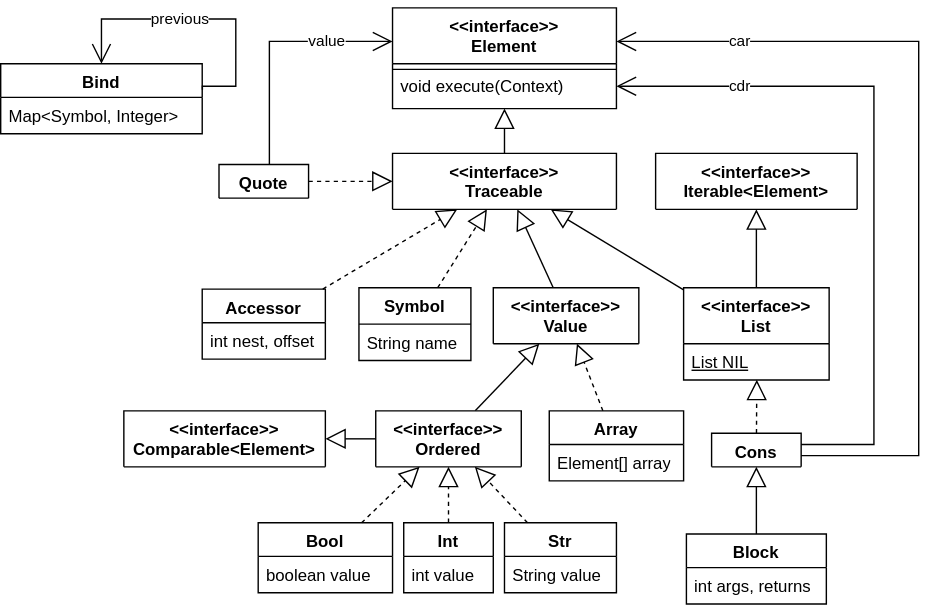
This is doc/qstack-クラス図.drawio.svg from saka1029/qstack, a draw.io export, as it was before one commit. Source tidied: cells renumbered, new cells last; positions are measured from the earlier drawing's top-left corner, leaving out a move shared by most shapes.
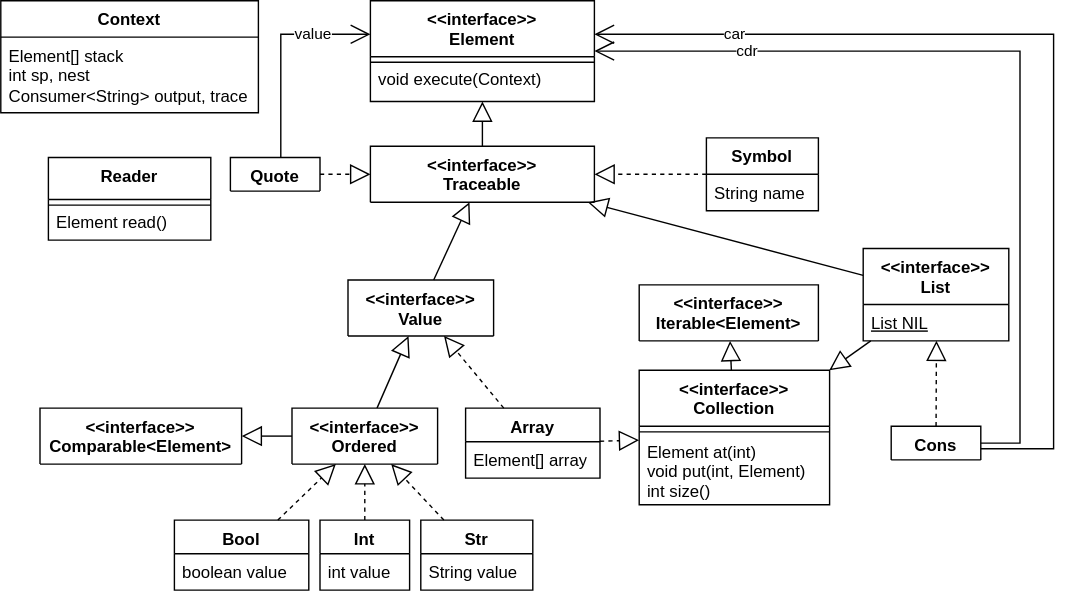
The same file after the commit.

What changed in the source:
```diff
@@ -3,7 +3,7 @@
     <mxCell id="0" />
     <mxCell id="1" parent="0" />
     <mxCell id="2" value="&lt;&lt;interface&gt;&gt;&#10;Element" style="swimlane;fontStyle=1;align=center;verticalAlign=top;horizontal=1;startSize=40;rounded=0;shadow=0;strokeWidth=1;" parent="1" vertex="1">
-      <mxGeometry x="280" width="160" height="72" as="geometry" />
+      <mxGeometry x="200" width="160" height="72" as="geometry" />
     </mxCell>
     <mxCell id="3" style="line;html=1;strokeWidth=1;align=left;verticalAlign=middle;spacingTop=-1;spacingLeft=3;spacingRight=3;labelPosition=right;" parent="2" vertex="1">
       <mxGeometry y="40" width="160" height="8" as="geometry" />
@@ -12,7 +12,7 @@
       <mxGeometry y="48" width="160" height="16" as="geometry" />
     </mxCell>
     <mxCell id="5" value="&lt;&lt;interface&gt;&gt;&#10;Traceable" style="swimlane;fontStyle=1;align=center;verticalAlign=top;horizontal=1;startSize=40;rounded=0;shadow=0;strokeWidth=1;" parent="1" vertex="1">
-      <mxGeometry x="280" y="104" width="160" height="40" as="geometry" />
+      <mxGeometry x="200" y="104" width="160" height="40" as="geometry" />
     </mxCell>
     <mxCell id="6" style="endArrow=block;endSize=12;endFill=0;html=1;rounded=0;" parent="1" edge="1" source="5" target="2">
       <mxGeometry x="-1" y="-11" relative="1" as="geometry">
@@ -20,10 +20,10 @@
       </mxGeometry>
     </mxCell>
     <mxCell id="7" value="&amp;lt;&amp;lt;interface&amp;gt;&amp;gt;&lt;br&gt;Value" style="swimlane;fontStyle=1;align=center;verticalAlign=top;horizontal=1;startSize=48;whiteSpace=wrap;html=1;" parent="1" vertex="1">
-      <mxGeometry x="352" y="200" width="104" height="40" as="geometry" />
+      <mxGeometry x="184" y="199.5" width="104" height="40" as="geometry" />
     </mxCell>
     <mxCell id="8" value="Symbol" style="swimlane;fontStyle=1;align=center;verticalAlign=top;horizontal=1;startSize=26;whiteSpace=wrap;html=1;" parent="1" vertex="1">
-      <mxGeometry x="256" y="200" width="80" height="52" as="geometry" />
+      <mxGeometry x="440" y="98" width="80" height="52" as="geometry" />
     </mxCell>
     <mxCell id="9" value="String name" style="text;strokeColor=none;fillColor=none;align=left;verticalAlign=top;spacingLeft=4;spacingRight=4;overflow=hidden;whiteSpace=wrap;html=1;" parent="8" vertex="1">
       <mxGeometry y="26" width="80" height="26" as="geometry" />
@@ -32,16 +32,16 @@
       <mxGeometry relative="1" as="geometry" />
     </mxCell>
     <mxCell id="11" value="Quote" style="swimlane;fontStyle=1;align=center;verticalAlign=top;horizontal=1;startSize=34;whiteSpace=wrap;html=1;" parent="1" vertex="1">
-      <mxGeometry x="156" y="112" width="64" height="24" as="geometry" />
+      <mxGeometry x="100" y="112" width="64" height="24" as="geometry" />
     </mxCell>
     <mxCell id="12" value="Array" style="swimlane;fontStyle=1;align=center;verticalAlign=top;horizontal=1;startSize=24;whiteSpace=wrap;html=1;" parent="1" vertex="1">
-      <mxGeometry x="392" y="288" width="96" height="50" as="geometry" />
+      <mxGeometry x="268" y="291" width="96" height="50" as="geometry" />
     </mxCell>
     <mxCell id="13" value="Element[] array" style="text;strokeColor=none;fillColor=none;align=left;verticalAlign=top;spacingLeft=4;spacingRight=4;overflow=hidden;whiteSpace=wrap;html=1;" parent="12" vertex="1">
       <mxGeometry y="24" width="96" height="26" as="geometry" />
     </mxCell>
     <mxCell id="14" value="Bool" style="swimlane;fontStyle=1;align=center;verticalAlign=top;horizontal=1;startSize=24;whiteSpace=wrap;html=1;" parent="1" vertex="1">
-      <mxGeometry x="184" y="368" width="96" height="50" as="geometry" />
+      <mxGeometry x="60" y="371" width="96" height="50" as="geometry" />
     </mxCell>
     <mxCell id="15" value="boolean value" style="text;strokeColor=none;fillColor=none;align=left;verticalAlign=top;spacingLeft=4;spacingRight=4;overflow=hidden;whiteSpace=wrap;html=1;" parent="14" vertex="1">
       <mxGeometry y="24" width="96" height="26" as="geometry" />
@@ -52,19 +52,19 @@
       </mxGeometry>
     </mxCell>
     <mxCell id="17" value="&lt;&lt;interface&gt;&gt;&#10;Ordered" style="swimlane;fontStyle=1;align=center;verticalAlign=top;horizontal=1;startSize=40;rounded=0;shadow=0;strokeWidth=1;" parent="1" vertex="1">
-      <mxGeometry x="268" y="288" width="104" height="40" as="geometry" />
+      <mxGeometry x="144" y="291" width="104" height="40" as="geometry" />
     </mxCell>
     <mxCell id="18" style="endArrow=block;dashed=1;endFill=0;endSize=12;html=1;rounded=0;" parent="1" edge="1" source="19" target="17">
       <mxGeometry relative="1" as="geometry" />
     </mxCell>
     <mxCell id="19" value="Int" style="swimlane;fontStyle=1;align=center;verticalAlign=top;horizontal=1;startSize=24;whiteSpace=wrap;html=1;" parent="1" vertex="1">
-      <mxGeometry x="288" y="368" width="64" height="50" as="geometry" />
+      <mxGeometry x="164" y="371" width="64" height="50" as="geometry" />
     </mxCell>
     <mxCell id="20" value="int value" style="text;strokeColor=none;fillColor=none;align=left;verticalAlign=top;spacingLeft=4;spacingRight=4;overflow=hidden;whiteSpace=wrap;html=1;" parent="19" vertex="1">
       <mxGeometry y="24" width="64" height="26" as="geometry" />
     </mxCell>
     <mxCell id="21" value="Str" style="swimlane;fontStyle=1;align=center;verticalAlign=top;horizontal=1;startSize=24;whiteSpace=wrap;html=1;" parent="1" vertex="1">
-      <mxGeometry x="360" y="368" width="80" height="50" as="geometry" />
+      <mxGeometry x="236" y="371" width="80" height="50" as="geometry" />
     </mxCell>
     <mxCell id="22" value="String value" style="text;strokeColor=none;fillColor=none;align=left;verticalAlign=top;spacingLeft=4;spacingRight=4;overflow=hidden;whiteSpace=wrap;html=1;" parent="21" vertex="1">
       <mxGeometry y="24" width="80" height="26" as="geometry" />
@@ -89,12 +89,12 @@
     <mxCell id="28" value="value" style="endArrow=open;html=1;endSize=12;startArrow=none;startSize=14;startFill=0;edgeStyle=orthogonalEdgeStyle;rounded=0;" parent="1" edge="1" source="11" target="2">
       <mxGeometry x="0.46" relative="1" as="geometry">
         <Array as="points">
-          <mxPoint x="192" y="24" />
+          <mxPoint x="136" y="24" />
         </Array>
       </mxGeometry>
     </mxCell>
     <mxCell id="29" value="&lt;&lt;interface&gt;&gt;&#10;List" style="swimlane;fontStyle=1;align=center;verticalAlign=top;horizontal=1;startSize=40;rounded=0;shadow=0;strokeWidth=1;" parent="1" vertex="1">
-      <mxGeometry x="488" y="200" width="104" height="66" as="geometry" />
+      <mxGeometry x="552" y="177" width="104" height="66" as="geometry" />
     </mxCell>
     <mxCell id="30" value="&lt;u&gt;List NIL&lt;/u&gt;" style="text;strokeColor=none;fillColor=none;align=left;verticalAlign=top;spacingLeft=4;spacingRight=4;overflow=hidden;points=[[0,0.5],[1,0.5]];portConstraint=eastwest;whiteSpace=wrap;html=1;" parent="29" vertex="1">
       <mxGeometry y="40" width="104" height="26" as="geometry" />
@@ -105,7 +105,7 @@
       </mxGeometry>
     </mxCell>
     <mxCell id="32" value="Cons" style="swimlane;fontStyle=1;align=center;verticalAlign=top;horizontal=1;startSize=34;whiteSpace=wrap;html=1;" parent="1" vertex="1">
-      <mxGeometry x="508" y="304" width="64" height="24" as="geometry" />
+      <mxGeometry x="572" y="304" width="64" height="24" as="geometry" />
     </mxCell>
     <mxCell id="33" style="endArrow=block;dashed=1;endFill=0;endSize=12;html=1;rounded=0;entryX=0.503;entryY=0.994;entryDx=0;entryDy=0;entryPerimeter=0;" parent="1" edge="1" source="32" target="30">
       <mxGeometry relative="1" as="geometry" />
@@ -113,70 +113,66 @@
     <mxCell id="34" value="cdr" style="endArrow=open;html=1;endSize=12;startArrow=none;startSize=14;startFill=0;edgeStyle=orthogonalEdgeStyle;rounded=0;" parent="1" edge="1" source="32" target="2">
       <mxGeometry x="0.64" relative="1" as="geometry">
         <Array as="points">
-          <mxPoint x="624" y="312" />
-          <mxPoint x="624" y="56" />
+          <mxPoint x="664" y="316" />
+          <mxPoint x="664" y="36" />
         </Array>
       </mxGeometry>
     </mxCell>
     <mxCell id="35" value="car" style="endArrow=open;html=1;endSize=12;startArrow=none;startSize=14;startFill=0;edgeStyle=orthogonalEdgeStyle;rounded=0;" parent="1" edge="1" source="32" target="2">
       <mxGeometry x="0.7" relative="1" as="geometry">
         <Array as="points">
-          <mxPoint x="656" y="320" />
-          <mxPoint x="656" y="24" />
+          <mxPoint x="688" y="320" />
+          <mxPoint x="688" y="24" />
         </Array>
       </mxGeometry>
     </mxCell>
-    <mxCell id="36" value="Block" style="swimlane;fontStyle=1;align=center;verticalAlign=top;horizontal=1;startSize=24;whiteSpace=wrap;html=1;" parent="1" vertex="1">
-      <mxGeometry x="490" y="376" width="100" height="50" as="geometry" />
-    </mxCell>
-    <mxCell id="37" value="int args, returns" style="text;strokeColor=none;fillColor=none;align=left;verticalAlign=top;spacingLeft=4;spacingRight=4;overflow=hidden;whiteSpace=wrap;html=1;" parent="36" vertex="1">
-      <mxGeometry y="24" width="100" height="26" as="geometry" />
-    </mxCell>
-    <mxCell id="38" style="endArrow=block;endSize=12;endFill=0;html=1;rounded=0;" parent="1" edge="1" source="36" target="32">
-      <mxGeometry x="-1" y="-11" relative="1" as="geometry">
-        <mxPoint x="-4" y="6" as="offset" />
-      </mxGeometry>
-    </mxCell>
     <mxCell id="39" value="&lt;&lt;interface&gt;&gt;&#10;Iterable&lt;Element&gt;" style="swimlane;fontStyle=1;align=center;verticalAlign=top;horizontal=1;startSize=40;rounded=0;shadow=0;strokeWidth=1;" parent="1" vertex="1">
-      <mxGeometry x="468" y="104" width="144" height="40" as="geometry" />
+      <mxGeometry x="392" y="203" width="128" height="40" as="geometry" />
     </mxCell>
-    <mxCell id="40" style="endArrow=block;endSize=12;endFill=0;html=1;rounded=0;" parent="1" edge="1" source="29" target="39">
+    <mxCell id="40" style="endArrow=block;endSize=12;endFill=0;html=1;rounded=0;" parent="1" edge="1" source="54" target="39">
       <mxGeometry x="-1" y="-11" relative="1" as="geometry">
         <mxPoint x="-4" y="6" as="offset" />
       </mxGeometry>
     </mxCell>
     <mxCell id="41" value="&lt;&lt;interface&gt;&gt;&#10;Comparable&lt;Element&gt;" style="swimlane;fontStyle=1;align=center;verticalAlign=top;horizontal=1;startSize=40;rounded=0;shadow=0;strokeWidth=1;" parent="1" vertex="1">
-      <mxGeometry x="88" y="288" width="144" height="40" as="geometry" />
+      <mxGeometry x="-36" y="291" width="144" height="40" as="geometry" />
     </mxCell>
     <mxCell id="42" style="endArrow=block;endSize=12;endFill=0;html=1;rounded=0;entryX=1;entryY=0.5;entryDx=0;entryDy=0;" parent="1" edge="1" source="17" target="41">
       <mxGeometry x="-1" y="-11" relative="1" as="geometry">
         <mxPoint x="-4" y="6" as="offset" />
       </mxGeometry>
     </mxCell>
-    <mxCell id="43" value="Accessor" style="swimlane;fontStyle=1;align=center;verticalAlign=top;horizontal=1;startSize=24;whiteSpace=wrap;html=1;" parent="1" vertex="1">
-      <mxGeometry x="144" y="201" width="88" height="50" as="geometry" />
-    </mxCell>
-    <mxCell id="44" value="int nest, offset" style="text;strokeColor=none;fillColor=none;align=left;verticalAlign=top;spacingLeft=4;spacingRight=4;overflow=hidden;whiteSpace=wrap;html=1;" parent="43" vertex="1">
-      <mxGeometry y="24" width="88" height="26" as="geometry" />
-    </mxCell>
-    <mxCell id="45" style="endArrow=block;dashed=1;endFill=0;endSize=12;html=1;rounded=0;" parent="1" edge="1" source="43" target="5">
-      <mxGeometry relative="1" as="geometry" />
-    </mxCell>
-    <mxCell id="46" value="Bind" style="swimlane;fontStyle=1;align=center;verticalAlign=top;horizontal=1;startSize=24;whiteSpace=wrap;html=1;" parent="1" vertex="1">
-      <mxGeometry y="40" width="144" height="50" as="geometry" />
-    </mxCell>
-    <mxCell id="47" value="Map&amp;lt;Symbol, Integer&amp;gt;" style="text;strokeColor=none;fillColor=none;align=left;verticalAlign=top;spacingLeft=4;spacingRight=4;overflow=hidden;whiteSpace=wrap;html=1;" parent="46" vertex="1">
-      <mxGeometry y="24" width="144" height="26" as="geometry" />
-    </mxCell>
-    <mxCell id="48" value="previous" style="endArrow=open;html=1;endSize=12;startArrow=none;startSize=14;startFill=0;edgeStyle=orthogonalEdgeStyle;rounded=0;exitX=1.001;exitY=0.371;exitDx=0;exitDy=0;exitPerimeter=0;entryX=0.5;entryY=0;entryDx=0;entryDy=0;" parent="1" edge="1" source="46" target="46">
-      <mxGeometry x="0.13" relative="1" as="geometry">
-        <Array as="points">
-          <mxPoint x="144" y="56" />
-          <mxPoint x="168" y="56" />
-          <mxPoint x="168" y="8" />
-          <mxPoint x="72" y="8" />
-        </Array>
-      </mxGeometry>
-    </mxCell>
+    <mxCell id="49" value="Context" style="swimlane;fontStyle=1;align=center;verticalAlign=top;horizontal=1;startSize=26;whiteSpace=wrap;html=1;" parent="1" vertex="1">
+      <mxGeometry x="-64" width="184" height="80" as="geometry" />
+    </mxCell>
+    <mxCell id="50" value="Element[] stack&lt;br&gt;int sp, nest&lt;br&gt;Consumer&amp;lt;String&amp;gt; output, trace" style="text;strokeColor=none;fillColor=none;align=left;verticalAlign=top;spacingLeft=4;spacingRight=4;overflow=hidden;whiteSpace=wrap;html=1;" parent="49" vertex="1">
+      <mxGeometry y="26" width="184" height="54" as="geometry" />
+    </mxCell>
+    <mxCell id="51" value="Reader" style="swimlane;fontStyle=1;align=center;verticalAlign=top;horizontal=1;startSize=30;rounded=0;shadow=0;strokeWidth=1;" parent="1" vertex="1">
+      <mxGeometry x="-30" y="112" width="116" height="59" as="geometry" />
+    </mxCell>
+    <mxCell id="52" style="line;html=1;strokeWidth=1;align=left;verticalAlign=middle;spacingTop=-1;spacingLeft=3;spacingRight=3;labelPosition=right;" parent="51" vertex="1">
+      <mxGeometry y="30" width="116" height="8" as="geometry" />
+    </mxCell>
+    <mxCell id="53" value="Element read()" style="text;align=left;verticalAlign=middle;spacingLeft=4;spacingRight=4;overflow=hidden;" parent="51" vertex="1">
+      <mxGeometry y="38" width="116" height="16" as="geometry" />
+    </mxCell>
+    <mxCell id="54" value="&lt;&lt;interface&gt;&gt;&#10;Collection" style="swimlane;fontStyle=1;align=center;verticalAlign=top;horizontal=1;startSize=40;rounded=0;shadow=0;strokeWidth=1;" parent="1" vertex="1">
+      <mxGeometry x="392" y="264" width="136" height="96" as="geometry" />
+    </mxCell>
+    <mxCell id="55" style="line;html=1;strokeWidth=1;align=left;verticalAlign=middle;spacingTop=-1;spacingLeft=3;spacingRight=3;labelPosition=right;" parent="54" vertex="1">
+      <mxGeometry y="40" width="136" height="8" as="geometry" />
+    </mxCell>
+    <mxCell id="56" value="Element at(int)&#10;void put(int, Element)&#10;int size()" style="text;align=left;verticalAlign=middle;spacingLeft=4;spacingRight=4;overflow=hidden;" parent="54" vertex="1">
+      <mxGeometry y="48" width="136" height="48" as="geometry" />
+    </mxCell>
+    <mxCell id="57" style="endArrow=block;endSize=12;endFill=0;html=1;rounded=0;" parent="1" edge="1" source="29" target="54">
+      <mxGeometry x="-1" y="-11" relative="1" as="geometry">
+        <mxPoint x="-4" y="6" as="offset" />
+      </mxGeometry>
+    </mxCell>
+    <mxCell id="58" style="endArrow=block;dashed=1;endFill=0;endSize=12;html=1;rounded=0;" parent="1" edge="1" source="12" target="54">
+      <mxGeometry relative="1" as="geometry" />
+    </mxCell>
   </root>
 </mxGraphModel>
```
